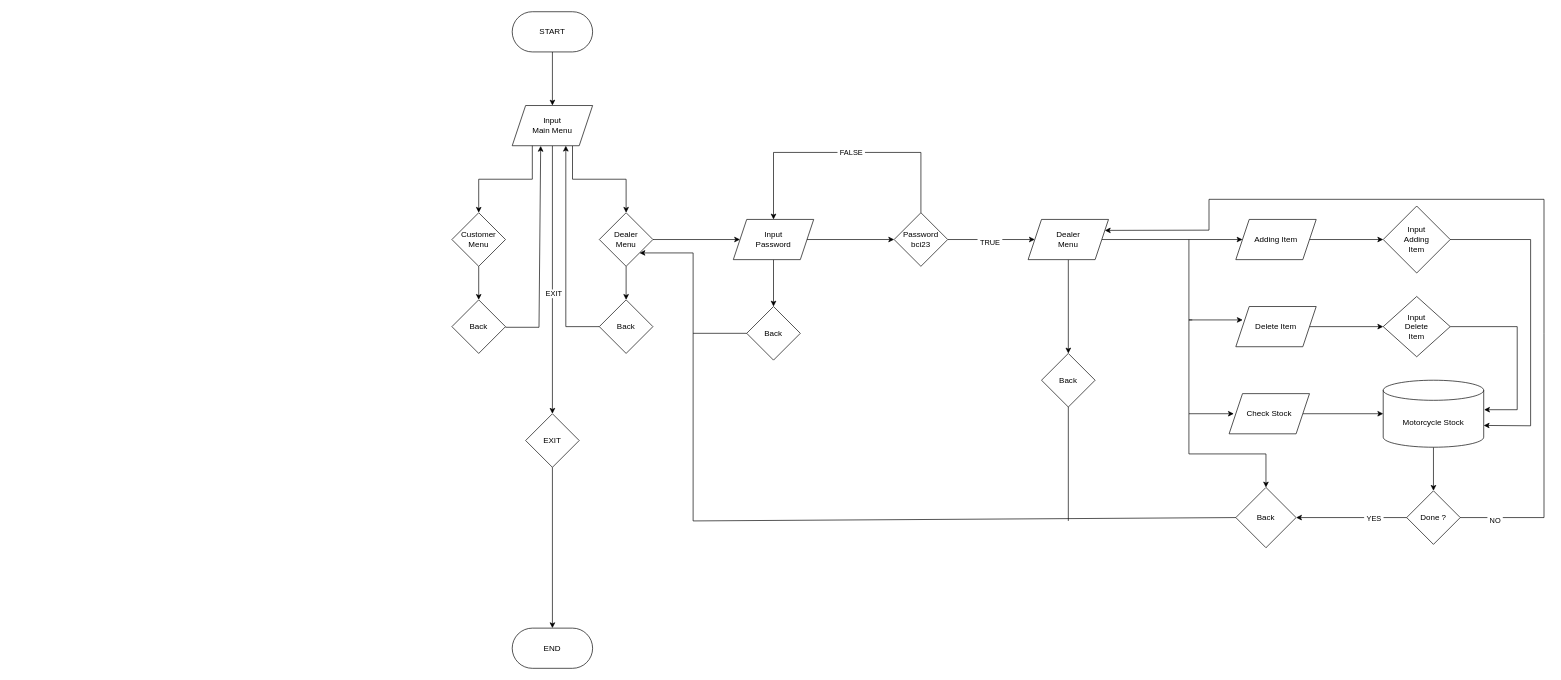
Before: Tugas UTS Flowchart.drawio in LuxCaspian/Flowchart-1, a draw.io diagram. Source tidied: cells renumbered, new cells numbered last; positions are measured from the earlier drawing's top-left corner, leaving out a move shared by most shapes. Both pictures are drawn from the tidied source at 67%, with x=0, y=0 at pixel (452, 11).
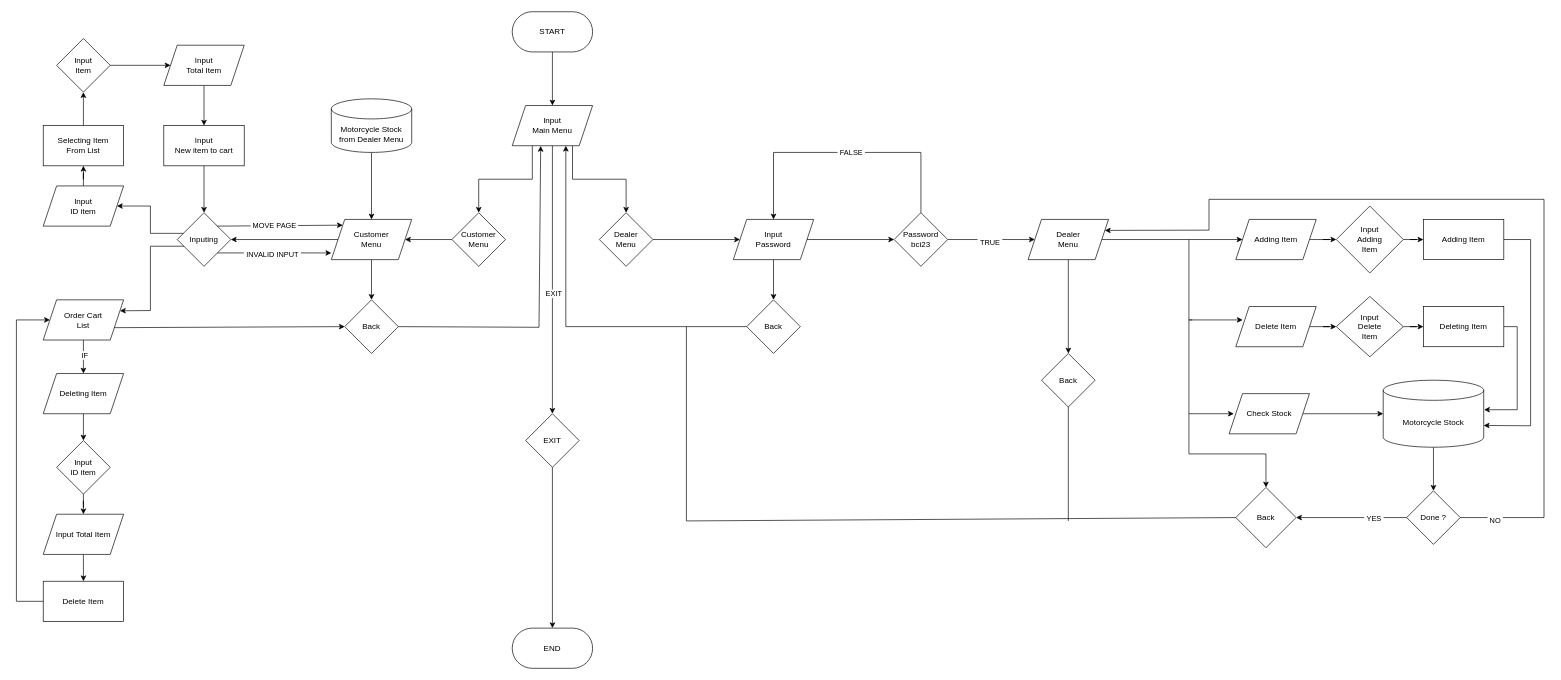
Above is the later version.

Unchanged cells that the change refers to:
```xml
<mxCell id="7" value="Input &lt;br&gt;Main Menu" style="shape=parallelogram;perimeter=parallelogramPerimeter;whiteSpace=wrap;html=1;fixedSize=1;rounded=0;arcSize=50;" parent="1" vertex="1">
  <mxGeometry x="90" y="140" width="120" height="60" as="geometry" />
</mxCell>
<mxCell id="10" value="Dealer&lt;br&gt;Menu" style="rhombus;whiteSpace=wrap;html=1;rounded=0;arcSize=50;" parent="1" vertex="1">
  <mxGeometry x="220" y="300" width="80" height="80" as="geometry" />
</mxCell>
<mxCell id="12" value="Customer&lt;br&gt;Menu" style="rhombus;whiteSpace=wrap;html=1;rounded=0;arcSize=50;" parent="1" vertex="1">
  <mxGeometry y="300" width="80" height="80" as="geometry" />
</mxCell>
<mxCell id="35" value="Back" style="rhombus;whiteSpace=wrap;html=1;rounded=0;arcSize=50;" parent="1" vertex="1">
  <mxGeometry x="1170" y="710" width="90" height="90" as="geometry" />
</mxCell>
<mxCell id="45" value="Motorcycle Stock" style="shape=cylinder3;whiteSpace=wrap;html=1;boundedLbl=1;backgroundOutline=1;size=15;" parent="1" vertex="1">
  <mxGeometry x="1390" y="550" width="150" height="100" as="geometry" />
</mxCell>
```

The edit, as a diff of the source:
```diff
@@
-    <mxCell id="9" style="edgeStyle=orthogonalEdgeStyle;rounded=0;jettySize=auto;html=1;" parent="1" edge="1" source="10" target="37">
-      <mxGeometry relative="1" as="geometry" />
-    </mxCell>
@@
-    <mxCell id="11" style="edgeStyle=orthogonalEdgeStyle;rounded=0;jettySize=auto;html=1;" parent="1" edge="1" source="12" target="56">
-      <mxGeometry relative="1" as="geometry" />
-    </mxCell>
+    <mxCell id="58" style="edgeStyle=orthogonalEdgeStyle;rounded=0;jettySize=auto;html=1;" parent="1" edge="1" source="12" target="63">
+      <mxGeometry relative="1" as="geometry" />
+    </mxCell>
@@
     <mxCell id="23" value="Back" style="rhombus;whiteSpace=wrap;html=1;rounded=0;arcSize=50;" parent="1" vertex="1">
-      <mxGeometry x="440" y="440" width="80" height="80" as="geometry" />
+      <mxGeometry x="440" y="430" width="80" height="80" as="geometry" />
     </mxCell>
@@
-    <mxCell id="36" style="endArrow=classic;html=1;rounded=0;exitX=0;exitY=0.5;exitDx=0;exitDy=0;entryX=1;entryY=1;entryDx=0;entryDy=0;" parent="1" edge="1" source="35" target="10">
+    <mxCell id="36" style="endArrow=classic;html=1;rounded=0;exitX=0;exitY=0.5;exitDx=0;exitDy=0;entryX=0.667;entryY=1;entryDx=0;entryDy=0;entryPerimeter=0;" parent="1" edge="1" source="35" target="7">
       <mxGeometry relative="1" as="geometry">
         <Array as="points">
-          <mxPoint x="360" y="760" />
-          <mxPoint x="360" y="360" />
+          <mxPoint x="350" y="760" />
+          <mxPoint x="350" y="470" />
+          <mxPoint x="170" y="470" />
         </Array>
       </mxGeometry>
     </mxCell>
-    <mxCell id="37" value="Back" style="rhombus;whiteSpace=wrap;html=1;rounded=0;arcSize=50;" parent="1" vertex="1">
-      <mxGeometry x="220" y="430" width="80" height="80" as="geometry" />
-    </mxCell>
-    <mxCell id="38" style="endArrow=classic;html=1;rounded=0;exitX=0;exitY=0.5;exitDx=0;exitDy=0;" parent="1" edge="1" source="37">
-      <mxGeometry relative="1" as="geometry">
-        <mxPoint x="170" y="200" as="targetPoint" />
-        <Array as="points">
-          <mxPoint x="170" y="470" />
-        </Array>
-      </mxGeometry>
-    </mxCell>
-    <mxCell id="39" style="endArrow=none;html=1;rounded=0;exitX=0;exitY=0.5;exitDx=0;exitDy=0;" parent="1" edge="1" source="23">
+    <mxCell id="39" style="endArrow=none;html=1;rounded=0;exitX=0;exitY=0.5;exitDx=0;exitDy=0;" parent="1" edge="1">
       <mxGeometry relative="1" as="geometry">
-        <mxPoint x="360" y="480" as="targetPoint" />
+        <mxPoint x="440" y="470" as="sourcePoint" />
+        <mxPoint x="350" y="470" as="targetPoint" />
       </mxGeometry>
     </mxCell>
@@
+    <mxCell id="59" style="edgeStyle=orthogonalEdgeStyle;rounded=0;jettySize=auto;html=1;" parent="1" edge="1" source="46" target="97">
+      <mxGeometry relative="1" as="geometry" />
+    </mxCell>
     <mxCell id="46" value="Input&lt;br&gt;Delete&lt;br&gt;Item" style="rhombus;whiteSpace=wrap;html=1;rounded=0;arcSize=50;" parent="1" vertex="1">
-      <mxGeometry x="1390" y="425" width="100" height="90" as="geometry" />
+      <mxGeometry x="1320" y="425" width="100" height="90" as="geometry" />
     </mxCell>
+    <mxCell id="60" style="edgeStyle=orthogonalEdgeStyle;rounded=0;jettySize=auto;html=1;" parent="1" edge="1" source="47" target="96">
+      <mxGeometry relative="1" as="geometry" />
+    </mxCell>
     <mxCell id="47" value="Input&lt;br&gt;Adding&lt;br&gt;Item" style="rhombus;whiteSpace=wrap;html=1;rounded=0;arcSize=50;" parent="1" vertex="1">
-      <mxGeometry x="1390" y="290" width="100" height="100" as="geometry" />
+      <mxGeometry x="1320" y="290" width="100" height="100" as="geometry" />
     </mxCell>
-    <mxCell id="48" style="endArrow=classic;html=1;rounded=0;exitX=1;exitY=0.5;exitDx=0;exitDy=0;entryX=1.004;entryY=0.44;entryDx=0;entryDy=0;entryPerimeter=0;" parent="1" edge="1" source="46" target="45">
+    <mxCell id="48" style="endArrow=classic;html=1;rounded=0;entryX=1.004;entryY=0.44;entryDx=0;entryDy=0;entryPerimeter=0;" parent="1" edge="1" target="45">
       <mxGeometry relative="1" as="geometry">
+        <mxPoint x="1560" y="470" as="sourcePoint" />
         <Array as="points">
           <mxPoint x="1590" y="470" />
           <mxPoint x="1590" y="594" />
         </Array>
       </mxGeometry>
     </mxCell>
-    <mxCell id="49" style="endArrow=classic;html=1;rounded=0;exitX=1;exitY=0.5;exitDx=0;exitDy=0;entryX=1;entryY=0;entryDx=0;entryDy=67.5;entryPerimeter=0;" parent="1" edge="1" source="47" target="45">
+    <mxCell id="49" style="endArrow=classic;html=1;rounded=0;entryX=1;entryY=0;entryDx=0;entryDy=67.5;entryPerimeter=0;" parent="1" edge="1" target="45">
       <mxGeometry relative="1" as="geometry">
+        <mxPoint x="1550" y="340" as="sourcePoint" />
         <Array as="points">
           <mxPoint x="1610" y="340" />
           <mxPoint x="1610" y="618" />
         </Array>
       </mxGeometry>
     </mxCell>
@@
-    <mxCell id="56" value="Back" style="rhombus;whiteSpace=wrap;html=1;rounded=0;arcSize=50;" parent="1" vertex="1">
-      <mxGeometry y="430" width="80" height="80" as="geometry" />
-    </mxCell>
-    <mxCell id="57" style="endArrow=classic;html=1;rounded=0;exitX=1;exitY=0.5;exitDx=0;exitDy=0;entryX=0.354;entryY=0.989;entryDx=0;entryDy=0;entryPerimeter=0;" parent="1" edge="1">
+    <mxCell id="57" style="endArrow=classic;html=1;rounded=0;exitX=1;exitY=0.5;exitDx=0;exitDy=0;entryX=0.354;entryY=0.989;entryDx=0;entryDy=0;entryPerimeter=0;" parent="1" edge="1" source="80">
       <mxGeometry relative="1" as="geometry">
-        <mxPoint x="80" y="471" as="sourcePoint" />
         <mxPoint x="132.5" y="200.3" as="targetPoint" />
         <Array as="points">
           <mxPoint x="130" y="471" />
         </Array>
       </mxGeometry>
     </mxCell>
+    <mxCell id="61" style="edgeStyle=orthogonalEdgeStyle;rounded=0;jettySize=auto;html=1;entryX=1;entryY=0.5;entryDx=0;entryDy=0;" parent="1" edge="1" source="63" target="67">
+      <mxGeometry relative="1" as="geometry" />
+    </mxCell>
+    <mxCell id="62" style="edgeStyle=orthogonalEdgeStyle;rounded=0;jettySize=auto;html=1;" parent="1" edge="1" source="63" target="80">
+      <mxGeometry relative="1" as="geometry" />
+    </mxCell>
+    <mxCell id="63" value="Customer &lt;br&gt;Menu" style="shape=parallelogram;perimeter=parallelogramPerimeter;whiteSpace=wrap;html=1;fixedSize=1;rounded=0;arcSize=50;" parent="1" vertex="1">
+      <mxGeometry x="-180" y="310" width="120" height="60" as="geometry" />
+    </mxCell>
+    <mxCell id="64" style="edgeStyle=orthogonalEdgeStyle;rounded=0;jettySize=auto;html=1;" parent="1" edge="1" source="65" target="63">
+      <mxGeometry relative="1" as="geometry" />
+    </mxCell>
+    <mxCell id="65" value="Motorcycle Stock&lt;br&gt;from Dealer Menu" style="shape=cylinder3;whiteSpace=wrap;html=1;boundedLbl=1;backgroundOutline=1;size=15;" parent="1" vertex="1">
+      <mxGeometry x="-180" y="130" width="120" height="80" as="geometry" />
+    </mxCell>
+    <mxCell id="66" style="edgeStyle=orthogonalEdgeStyle;rounded=0;jettySize=auto;html=1;exitX=0.123;exitY=0.385;exitDx=0;exitDy=0;exitPerimeter=0;" parent="1" edge="1" source="67" target="82">
+      <mxGeometry relative="1" as="geometry" />
+    </mxCell>
+    <mxCell id="67" value="Inputing" style="rhombus;whiteSpace=wrap;html=1;" parent="1" vertex="1">
+      <mxGeometry x="-410" y="300" width="80" height="80" as="geometry" />
+    </mxCell>
+    <mxCell id="68" style="endArrow=classic;html=1;rounded=0;exitX=0.75;exitY=0.75;exitDx=0;exitDy=0;exitPerimeter=0;" parent="1" edge="1" source="67">
+      <mxGeometry relative="1" as="geometry">
+        <mxPoint x="-180" y="360" as="targetPoint" />
+      </mxGeometry>
+    </mxCell>
+    <mxCell id="69" value="&amp;nbsp;INVALID INPUT&amp;nbsp;" style="edgeLabel;html=1;align=center;verticalAlign=middle;" parent="68" vertex="1">
+      <mxGeometry x="-0.05" y="-2" relative="1" as="geometry" />
+    </mxCell>
+    <mxCell id="70" style="endArrow=classic;html=1;rounded=0;exitX=1;exitY=0;exitDx=0;exitDy=0;entryX=0;entryY=0;entryDx=0;entryDy=0;" parent="1" edge="1" source="67" target="63">
+      <mxGeometry relative="1" as="geometry" />
+    </mxCell>
+    <mxCell id="71" value="&amp;nbsp;MOVE PAGE&amp;nbsp;" style="edgeLabel;html=1;align=center;verticalAlign=middle;" parent="70" vertex="1">
+      <mxGeometry x="-0.09" relative="1" as="geometry" />
+    </mxCell>
+    <mxCell id="72" style="edgeStyle=orthogonalEdgeStyle;rounded=0;jettySize=auto;html=1;" parent="1" edge="1" source="73" target="75">
+      <mxGeometry relative="1" as="geometry" />
+    </mxCell>
+    <mxCell id="73" value="Selecting Item&lt;br&gt;From List" style="rounded=1;whiteSpace=wrap;html=1;arcSize=0;" parent="1" vertex="1">
+      <mxGeometry x="-610" y="170" width="120" height="60" as="geometry" />
+    </mxCell>
+    <mxCell id="74" style="edgeStyle=orthogonalEdgeStyle;rounded=0;jettySize=auto;html=1;" parent="1" edge="1" source="75" target="77">
+      <mxGeometry relative="1" as="geometry" />
+    </mxCell>
+    <mxCell id="75" value="Input &lt;br&gt;Item" style="rhombus;whiteSpace=wrap;html=1;rounded=1;arcSize=0;" parent="1" vertex="1">
+      <mxGeometry x="-590" y="40" width="80" height="80" as="geometry" />
+    </mxCell>
+    <mxCell id="76" style="edgeStyle=orthogonalEdgeStyle;rounded=0;jettySize=auto;html=1;" parent="1" edge="1" source="77" target="79">
+      <mxGeometry relative="1" as="geometry" />
+    </mxCell>
+    <mxCell id="77" value="Input &lt;br&gt;Total Item" style="shape=parallelogram;perimeter=parallelogramPerimeter;whiteSpace=wrap;html=1;fixedSize=1;rounded=1;arcSize=0;" parent="1" vertex="1">
+      <mxGeometry x="-430" y="50" width="120" height="60" as="geometry" />
+    </mxCell>
+    <mxCell id="78" style="edgeStyle=orthogonalEdgeStyle;rounded=0;jettySize=auto;html=1;exitX=0.5;exitY=1;exitDx=0;exitDy=0;entryX=0.5;entryY=0;entryDx=0;entryDy=0;" parent="1" edge="1" source="79" target="67">
+      <mxGeometry relative="1" as="geometry" />
+    </mxCell>
+    <mxCell id="79" value="Input &lt;br&gt;New item to cart" style="rounded=1;whiteSpace=wrap;html=1;arcSize=0;" parent="1" vertex="1">
+      <mxGeometry x="-430" y="170" width="120" height="60" as="geometry" />
+    </mxCell>
+    <mxCell id="80" value="Back" style="rhombus;whiteSpace=wrap;html=1;rounded=0;arcSize=50;" parent="1" vertex="1">
+      <mxGeometry x="-160" y="430" width="80" height="80" as="geometry" />
+    </mxCell>
+    <mxCell id="81" style="edgeStyle=orthogonalEdgeStyle;rounded=0;jettySize=auto;html=1;" parent="1" edge="1" source="82" target="73">
+      <mxGeometry relative="1" as="geometry" />
+    </mxCell>
+    <mxCell id="82" value="Input&lt;br&gt;ID item" style="shape=parallelogram;perimeter=parallelogramPerimeter;whiteSpace=wrap;html=1;fixedSize=1;" parent="1" vertex="1">
+      <mxGeometry x="-610" y="260" width="120" height="60" as="geometry" />
+    </mxCell>
+    <mxCell id="83" style="edgeStyle=orthogonalEdgeStyle;rounded=0;jettySize=auto;html=1;" parent="1" edge="1" source="85" target="89">
+      <mxGeometry relative="1" as="geometry" />
+    </mxCell>
+    <mxCell id="84" value="&amp;nbsp;IF&amp;nbsp;" style="edgeLabel;html=1;align=center;verticalAlign=middle;" parent="83" vertex="1">
+      <mxGeometry x="-0.19" y="1" relative="1" as="geometry">
+        <mxPoint y="2" as="offset" />
+      </mxGeometry>
+    </mxCell>
+    <mxCell id="85" value="Order Cart&lt;br&gt;List" style="shape=parallelogram;perimeter=parallelogramPerimeter;whiteSpace=wrap;html=1;fixedSize=1;" parent="1" vertex="1">
+      <mxGeometry x="-610" y="430" width="120" height="60" as="geometry" />
+    </mxCell>
+    <mxCell id="86" style="endArrow=classic;html=1;rounded=0;entryX=1;entryY=0.25;entryDx=0;entryDy=0;" parent="1" edge="1" target="85">
+      <mxGeometry relative="1" as="geometry">
+        <mxPoint x="-400" y="350" as="sourcePoint" />
+        <Array as="points">
+          <mxPoint x="-450" y="350" />
+          <mxPoint x="-450" y="446" />
+        </Array>
+      </mxGeometry>
+    </mxCell>
+    <mxCell id="87" style="endArrow=classic;html=1;rounded=0;exitX=1;exitY=0.75;exitDx=0;exitDy=0;entryX=0;entryY=0.5;entryDx=0;entryDy=0;" parent="1" edge="1" source="85" target="80">
+      <mxGeometry relative="1" as="geometry" />
+    </mxCell>
+    <mxCell id="88" style="edgeStyle=orthogonalEdgeStyle;rounded=0;jettySize=auto;html=1;" parent="1" edge="1" source="89" target="91">
+      <mxGeometry relative="1" as="geometry" />
+    </mxCell>
+    <mxCell id="89" value="Deleting Item" style="shape=parallelogram;perimeter=parallelogramPerimeter;whiteSpace=wrap;html=1;fixedSize=1;" parent="1" vertex="1">
+      <mxGeometry x="-610" y="540" width="120" height="60" as="geometry" />
+    </mxCell>
+    <mxCell id="90" style="edgeStyle=orthogonalEdgeStyle;rounded=0;jettySize=auto;html=1;" parent="1" edge="1" source="91" target="93">
+      <mxGeometry relative="1" as="geometry" />
+    </mxCell>
+    <mxCell id="91" value="Input&lt;br&gt;ID item" style="rhombus;whiteSpace=wrap;html=1;" parent="1" vertex="1">
+      <mxGeometry x="-590" y="640" width="80" height="80" as="geometry" />
+    </mxCell>
+    <mxCell id="92" style="edgeStyle=orthogonalEdgeStyle;rounded=0;jettySize=auto;html=1;" parent="1" edge="1" source="93" target="94">
+      <mxGeometry relative="1" as="geometry" />
+    </mxCell>
+    <mxCell id="93" value="Input Total Item" style="shape=parallelogram;perimeter=parallelogramPerimeter;whiteSpace=wrap;html=1;fixedSize=1;" parent="1" vertex="1">
+      <mxGeometry x="-610" y="750" width="120" height="60" as="geometry" />
+    </mxCell>
+    <mxCell id="94" value="Delete Item" style="whiteSpace=wrap;html=1;" parent="1" vertex="1">
+      <mxGeometry x="-610" y="850" width="120" height="60" as="geometry" />
+    </mxCell>
+    <mxCell id="95" style="endArrow=classic;html=1;rounded=0;exitX=0;exitY=0.5;exitDx=0;exitDy=0;entryX=0;entryY=0.5;entryDx=0;entryDy=0;" parent="1" edge="1" source="94" target="85">
+      <mxGeometry relative="1" as="geometry">
+        <Array as="points">
+          <mxPoint x="-650" y="880" />
+          <mxPoint x="-650" y="460" />
+        </Array>
+      </mxGeometry>
+    </mxCell>
+    <mxCell id="96" value="Adding Item" style="rounded=0;whiteSpace=wrap;html=1;" parent="1" vertex="1">
+      <mxGeometry x="1450" y="310" width="120" height="60" as="geometry" />
+    </mxCell>
+    <mxCell id="97" value="Deleting Item" style="whiteSpace=wrap;html=1;rounded=0;arcSize=50;" parent="1" vertex="1">
+      <mxGeometry x="1450" y="440" width="120" height="60" as="geometry" />
+    </mxCell>
```
